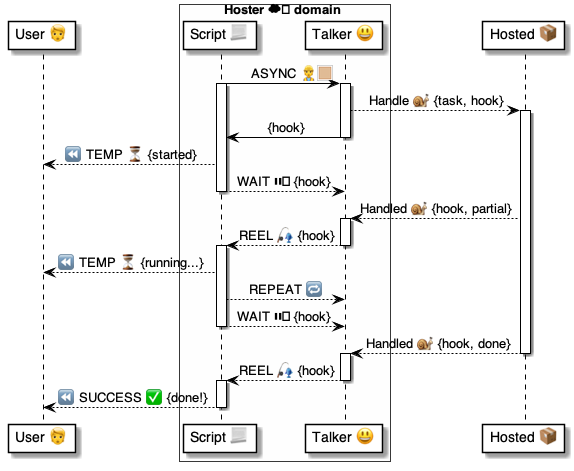
Before: 4 ⚙️ Solution/35 💬 Chats/😃 Talkers/😃⏩ Talker flows/Async Tasks 😃⏩📦/😃 Async ⚙️ uml.png, a diagram exported from PlantUML (pollyweb-org/pollyweb-docs). Its source is kept beside it as 4 ⚙️ Solution/35 💬 Chats/😃 Talkers/😃⏩ Talker flows/Async Tasks 😃⏩📦/😃 Async ⚙️ uml.puml.
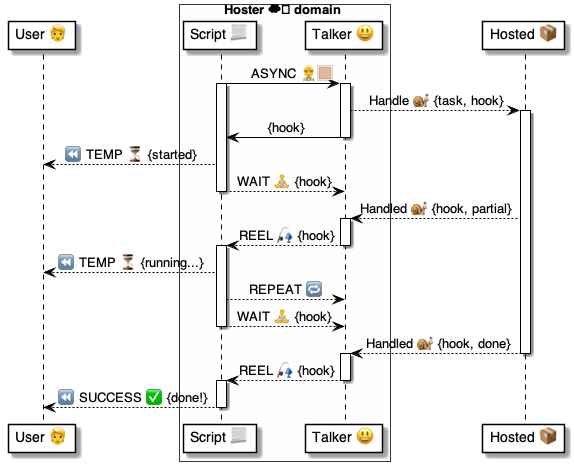
The same file after the commit.

Diff of the diagram source:
```diff
@@ -18,7 +18,7 @@
 
 script --> user: ⏪ TEMP ⏳ {started}
 
-script --> talker: WAIT ⏸️ {hook}
+script --> talker: WAIT 🧘 {hook}
 deactivate script
 
 hosted --> talker: Handled 🐌 {hook, partial}
@@ -29,7 +29,7 @@
 activate script
     script --> user: ⏪ TEMP ⏳ {running...}
     script --> talker: REPEAT 🔁
-    script --> talker: WAIT ⏸️ {hook}
+    script --> talker: WAIT 🧘 {hook}
 deactivate script
 
     hosted --> talker: Handled 🐌 {hook, done}
```
